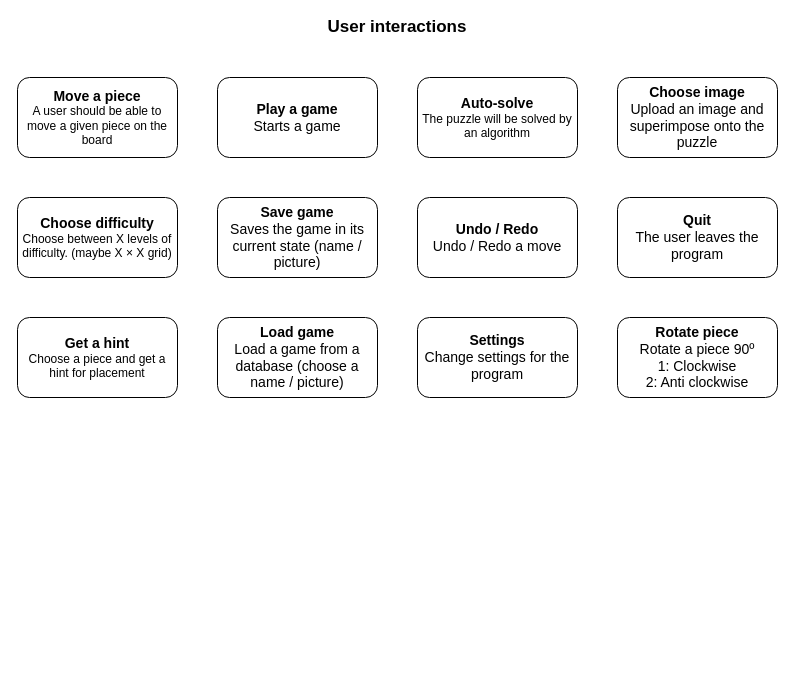
Before: Diagrams/Use Case Diagram.drawio in thomasmonradlaursen/GroupNine_SoftwareProject, a draw.io diagram. Source tidied: cells renumbered, new cells numbered last; positions are measured from the earlier drawing's top-left corner, leaving out a move shared by most shapes. Both pictures are drawn from the tidied source at 100%, with x=0, y=0 at pixel (17, 17).
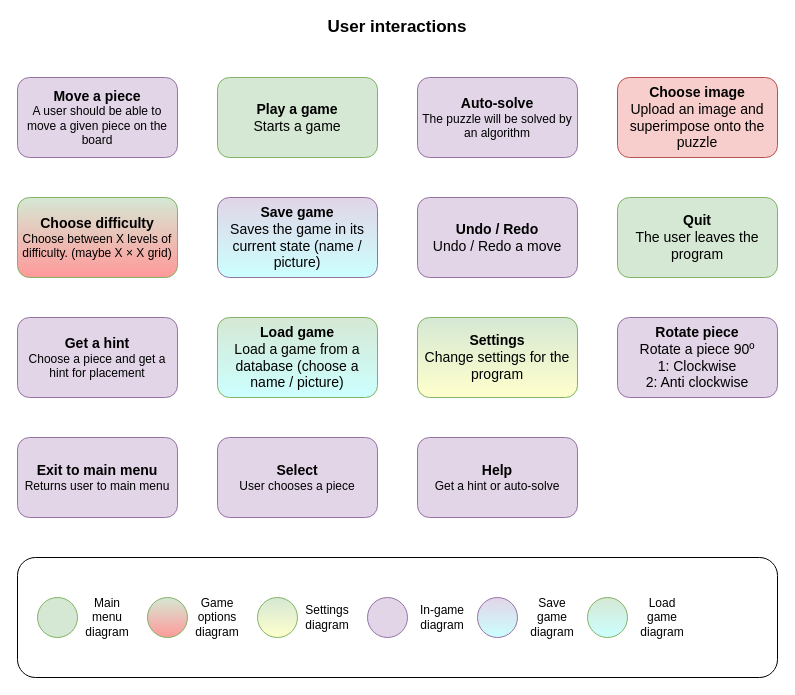
The same diagram, later.

Change to the diagram source:
```diff
@@
-    <mxCell id="2" value="&lt;b&gt;&lt;font style=&quot;font-size: 14px&quot;&gt;Move a piece&lt;/font&gt;&lt;/b&gt;&lt;br&gt;A user should be able to move a given piece on the board" style="rounded=1;whiteSpace=wrap;html=1;" parent="1" vertex="1">
+    <mxCell id="2" value="&lt;b&gt;&lt;font style=&quot;font-size: 14px&quot;&gt;Move a piece&lt;/font&gt;&lt;/b&gt;&lt;br&gt;A user should be able to move a given piece on the board" style="rounded=1;whiteSpace=wrap;html=1;fillColor=#e1d5e7;strokeColor=#9673a6;" parent="1" vertex="1">
       <mxGeometry y="60" width="160" height="80" as="geometry" />
     </mxCell>
-    <mxCell id="3" value="&lt;span style=&quot;font-size: 14px&quot;&gt;&lt;b&gt;Choose&amp;nbsp;difficulty&lt;/b&gt;&lt;/span&gt;&lt;br&gt;Choose between X levels of difficulty. (maybe X × X grid)" style="rounded=1;whiteSpace=wrap;html=1;" parent="1" vertex="1">
+    <mxCell id="3" value="&lt;span style=&quot;font-size: 14px&quot;&gt;&lt;b&gt;Choose&amp;nbsp;difficulty&lt;/b&gt;&lt;/span&gt;&lt;br&gt;Choose between X levels of difficulty. (maybe X × X grid)" style="rounded=1;whiteSpace=wrap;html=1;fillColor=#d5e8d4;strokeColor=#82b366;gradientColor=#FF9999;" parent="1" vertex="1">
       <mxGeometry y="180" width="160" height="80" as="geometry" />
     </mxCell>
@@
-    <mxCell id="5" value="&lt;span style=&quot;font-size: 14px&quot;&gt;&lt;b&gt;Get a hint&lt;/b&gt;&lt;/span&gt;&lt;br&gt;Choose a piece and get a hint for placement" style="rounded=1;whiteSpace=wrap;html=1;" parent="1" vertex="1">
+    <mxCell id="5" value="&lt;span style=&quot;font-size: 14px&quot;&gt;&lt;b&gt;Get a hint&lt;/b&gt;&lt;/span&gt;&lt;br&gt;Choose a piece and get a hint for placement" style="rounded=1;whiteSpace=wrap;html=1;fillColor=#e1d5e7;strokeColor=#9673a6;" parent="1" vertex="1">
       <mxGeometry y="300" width="160" height="80" as="geometry" />
     </mxCell>
-    <mxCell id="6" value="&lt;span style=&quot;font-size: 14px&quot;&gt;&lt;b&gt;Auto-solve&lt;/b&gt;&lt;/span&gt;&lt;br&gt;The puzzle will be solved by an algorithm" style="rounded=1;whiteSpace=wrap;html=1;" parent="1" vertex="1">
+    <mxCell id="6" value="&lt;span style=&quot;font-size: 14px&quot;&gt;&lt;b&gt;Auto-solve&lt;/b&gt;&lt;/span&gt;&lt;br&gt;The puzzle will be solved by an algorithm" style="rounded=1;whiteSpace=wrap;html=1;fillColor=#e1d5e7;strokeColor=#9673a6;" parent="1" vertex="1">
       <mxGeometry x="400" y="60" width="160" height="80" as="geometry" />
     </mxCell>
-    <mxCell id="7" value="&lt;span style=&quot;font-size: 14px&quot;&gt;&lt;b&gt;Play a game&lt;/b&gt;&lt;br&gt;Starts a game&lt;br&gt;&lt;/span&gt;" style="rounded=1;whiteSpace=wrap;html=1;" parent="1" vertex="1">
+    <mxCell id="7" value="&lt;span style=&quot;font-size: 14px&quot;&gt;&lt;b&gt;Play a game&lt;/b&gt;&lt;br&gt;Starts a game&lt;br&gt;&lt;/span&gt;" style="rounded=1;whiteSpace=wrap;html=1;fillColor=#d5e8d4;strokeColor=#82b366;" parent="1" vertex="1">
       <mxGeometry x="200" y="60" width="160" height="80" as="geometry" />
     </mxCell>
-    <mxCell id="8" value="&lt;span style=&quot;font-size: 14px&quot;&gt;&lt;b&gt;Save game&lt;/b&gt;&lt;br&gt;Saves the game in its current state (name / picture)&lt;br&gt;&lt;/span&gt;" style="rounded=1;whiteSpace=wrap;html=1;" parent="1" vertex="1">
+    <mxCell id="8" value="&lt;span style=&quot;font-size: 14px&quot;&gt;&lt;b&gt;Save game&lt;/b&gt;&lt;br&gt;Saves the game in its current state (name / picture)&lt;br&gt;&lt;/span&gt;" style="rounded=1;whiteSpace=wrap;html=1;fillColor=#e1d5e7;strokeColor=#9673a6;gradientColor=#CCFFFF;" parent="1" vertex="1">
       <mxGeometry x="200" y="180" width="160" height="80" as="geometry" />
     </mxCell>
-    <mxCell id="9" value="&lt;span style=&quot;font-size: 14px&quot;&gt;&lt;b&gt;Load game&lt;/b&gt;&lt;br&gt;Load a game from a database (choose a name / picture)&lt;br&gt;&lt;/span&gt;" style="rounded=1;whiteSpace=wrap;html=1;" parent="1" vertex="1">
+    <mxCell id="9" value="&lt;span style=&quot;font-size: 14px&quot;&gt;&lt;b&gt;Load game&lt;/b&gt;&lt;br&gt;Load a game from a database (choose a name / picture)&lt;br&gt;&lt;/span&gt;" style="rounded=1;whiteSpace=wrap;html=1;fillColor=#d5e8d4;strokeColor=#82b366;gradientColor=#CCFFFF;" parent="1" vertex="1">
       <mxGeometry x="200" y="300" width="160" height="80" as="geometry" />
     </mxCell>
-    <mxCell id="10" value="&lt;span style=&quot;font-size: 14px&quot;&gt;&lt;b&gt;Choose image&lt;/b&gt;&lt;br&gt;Upload an image and superimpose onto the puzzle&lt;br&gt;&lt;/span&gt;" style="rounded=1;whiteSpace=wrap;html=1;" parent="1" vertex="1">
+    <mxCell id="10" value="&lt;span style=&quot;font-size: 14px&quot;&gt;&lt;b&gt;Choose image&lt;/b&gt;&lt;br&gt;Upload an image and superimpose onto the puzzle&lt;br&gt;&lt;/span&gt;" style="rounded=1;whiteSpace=wrap;html=1;fillColor=#f8cecc;strokeColor=#b85450;" parent="1" vertex="1">
       <mxGeometry x="600" y="60" width="160" height="80" as="geometry" />
     </mxCell>
-    <mxCell id="11" value="&lt;span style=&quot;font-size: 14px&quot;&gt;&lt;b&gt;Undo / Redo&lt;/b&gt;&lt;br&gt;Undo / Redo a move&lt;br&gt;&lt;/span&gt;" style="rounded=1;whiteSpace=wrap;html=1;" parent="1" vertex="1">
+    <mxCell id="11" value="&lt;span style=&quot;font-size: 14px&quot;&gt;&lt;b&gt;Undo / Redo&lt;/b&gt;&lt;br&gt;Undo / Redo a move&lt;br&gt;&lt;/span&gt;" style="rounded=1;whiteSpace=wrap;html=1;fillColor=#e1d5e7;strokeColor=#9673a6;" parent="1" vertex="1">
       <mxGeometry x="400" y="180" width="160" height="80" as="geometry" />
     </mxCell>
-    <mxCell id="12" value="&lt;span style=&quot;font-size: 14px&quot;&gt;&lt;b&gt;Quit&lt;/b&gt;&lt;br&gt;The user leaves the program&lt;br&gt;&lt;/span&gt;" style="rounded=1;whiteSpace=wrap;html=1;" parent="1" vertex="1">
+    <mxCell id="12" value="&lt;span style=&quot;font-size: 14px&quot;&gt;&lt;b&gt;Quit&lt;/b&gt;&lt;br&gt;The user leaves the program&lt;br&gt;&lt;/span&gt;" style="rounded=1;whiteSpace=wrap;html=1;fillColor=#d5e8d4;strokeColor=#82b366;" parent="1" vertex="1">
       <mxGeometry x="600" y="180" width="160" height="80" as="geometry" />
     </mxCell>
-    <mxCell id="13" value="&lt;span style=&quot;font-size: 14px&quot;&gt;&lt;b&gt;Settings&lt;/b&gt;&lt;br&gt;Change settings for the program&lt;br&gt;&lt;/span&gt;" style="rounded=1;whiteSpace=wrap;html=1;" parent="1" vertex="1">
+    <mxCell id="13" value="&lt;span style=&quot;font-size: 14px&quot;&gt;&lt;b&gt;Settings&lt;/b&gt;&lt;br&gt;Change settings for the program&lt;br&gt;&lt;/span&gt;" style="rounded=1;whiteSpace=wrap;html=1;fillColor=#d5e8d4;strokeColor=#82b366;gradientColor=#FFFFCC;" parent="1" vertex="1">
       <mxGeometry x="400" y="300" width="160" height="80" as="geometry" />
     </mxCell>
-    <mxCell id="14" value="&lt;span style=&quot;font-size: 14px&quot;&gt;&lt;b&gt;Rotate piece&lt;/b&gt;&lt;br&gt;Rotate a piece 90º&lt;br&gt;1: Clockwise&lt;br&gt;2: Anti clockwise&lt;br&gt;&lt;/span&gt;" style="rounded=1;whiteSpace=wrap;html=1;" parent="1" vertex="1">
+    <mxCell id="14" value="&lt;span style=&quot;font-size: 14px&quot;&gt;&lt;b&gt;Rotate piece&lt;/b&gt;&lt;br&gt;Rotate a piece 90º&lt;br&gt;1: Clockwise&lt;br&gt;2: Anti clockwise&lt;br&gt;&lt;/span&gt;" style="rounded=1;whiteSpace=wrap;html=1;fillColor=#e1d5e7;strokeColor=#9673a6;" parent="1" vertex="1">
       <mxGeometry x="600" y="300" width="160" height="80" as="geometry" />
     </mxCell>
+    <mxCell id="15" style="group;" parent="1" vertex="1">
+      <mxGeometry y="540" width="760" height="120" as="geometry" />
+    </mxCell>
+    <mxCell id="16" style="rounded=1;whiteSpace=wrap;html=1;" parent="15" vertex="1">
+      <mxGeometry width="760" height="120" as="geometry" />
+    </mxCell>
+    <mxCell id="17" style="ellipse;whiteSpace=wrap;html=1;fillColor=#d5e8d4;strokeColor=#82b366;" parent="15" vertex="1">
+      <mxGeometry x="20" y="40" width="40" height="40" as="geometry" />
+    </mxCell>
+    <mxCell id="18" value="Main menu diagram" style="text;html=1;strokeColor=none;fillColor=none;align=center;verticalAlign=middle;whiteSpace=wrap;rounded=0;" parent="15" vertex="1">
+      <mxGeometry x="70" y="50" width="40" height="20" as="geometry" />
+    </mxCell>
+    <mxCell id="19" style="ellipse;whiteSpace=wrap;html=1;fillColor=#d5e8d4;strokeColor=#82b366;gradientColor=#FF9999;" parent="15" vertex="1">
+      <mxGeometry x="130" y="40" width="40" height="40" as="geometry" />
+    </mxCell>
+    <mxCell id="20" value="Game options diagram" style="text;html=1;strokeColor=none;fillColor=none;align=center;verticalAlign=middle;whiteSpace=wrap;rounded=0;" parent="15" vertex="1">
+      <mxGeometry x="180" y="50" width="40" height="20" as="geometry" />
+    </mxCell>
+    <mxCell id="21" style="ellipse;whiteSpace=wrap;html=1;fillColor=#d5e8d4;strokeColor=#82b366;gradientColor=#FFFFCC;" parent="15" vertex="1">
+      <mxGeometry x="240" y="40" width="40" height="40" as="geometry" />
+    </mxCell>
+    <mxCell id="22" value="Settings diagram" style="text;html=1;strokeColor=none;fillColor=none;align=center;verticalAlign=middle;whiteSpace=wrap;rounded=0;" parent="15" vertex="1">
+      <mxGeometry x="290" y="50" width="40" height="20" as="geometry" />
+    </mxCell>
+    <mxCell id="23" style="ellipse;whiteSpace=wrap;html=1;fillColor=#e1d5e7;strokeColor=#9673a6;" parent="15" vertex="1">
+      <mxGeometry x="350" y="40" width="40" height="40" as="geometry" />
+    </mxCell>
+    <mxCell id="24" value="In-game diagram" style="text;html=1;strokeColor=none;fillColor=none;align=center;verticalAlign=middle;whiteSpace=wrap;rounded=0;" parent="15" vertex="1">
+      <mxGeometry x="400" y="50" width="50" height="20" as="geometry" />
+    </mxCell>
+    <mxCell id="25" style="ellipse;whiteSpace=wrap;html=1;fillColor=#e1d5e7;strokeColor=#9673a6;gradientColor=#CCFFFF;" parent="15" vertex="1">
+      <mxGeometry x="460" y="40" width="40" height="40" as="geometry" />
+    </mxCell>
+    <mxCell id="26" value="Save game diagram" style="text;html=1;strokeColor=none;fillColor=none;align=center;verticalAlign=middle;whiteSpace=wrap;rounded=0;" parent="15" vertex="1">
+      <mxGeometry x="510" y="50" width="50" height="20" as="geometry" />
+    </mxCell>
+    <mxCell id="27" style="ellipse;whiteSpace=wrap;html=1;fillColor=#d5e8d4;strokeColor=#82b366;gradientColor=#CCFFFF;" parent="15" vertex="1">
+      <mxGeometry x="570" y="40" width="40" height="40" as="geometry" />
+    </mxCell>
+    <mxCell id="28" value="Load game diagram" style="text;html=1;strokeColor=none;fillColor=none;align=center;verticalAlign=middle;whiteSpace=wrap;rounded=0;" parent="15" vertex="1">
+      <mxGeometry x="620" y="50" width="50" height="20" as="geometry" />
+    </mxCell>
+    <mxCell id="29" value="&lt;span style=&quot;font-size: 14px&quot;&gt;&lt;b&gt;Exit to main menu&lt;/b&gt;&lt;/span&gt;&lt;br&gt;Returns user to main menu" style="rounded=1;whiteSpace=wrap;html=1;fillColor=#e1d5e7;strokeColor=#9673a6;" parent="1" vertex="1">
+      <mxGeometry y="420" width="160" height="80" as="geometry" />
+    </mxCell>
+    <mxCell id="30" value="&lt;div&gt;&lt;b&gt;&lt;font style=&quot;font-size: 14px&quot;&gt;Select&lt;/font&gt;&lt;/b&gt;&lt;/div&gt;&lt;div&gt;User chooses a piece&lt;br&gt;&lt;/div&gt;" style="rounded=1;whiteSpace=wrap;html=1;fillColor=#e1d5e7;strokeColor=#9673a6;" parent="1" vertex="1">
+      <mxGeometry x="200" y="420" width="160" height="80" as="geometry" />
+    </mxCell>
+    <mxCell id="31" value="&lt;div&gt;&lt;span style=&quot;font-size: 14px&quot;&gt;&lt;b&gt;Help&lt;/b&gt;&lt;/span&gt;&lt;/div&gt;&lt;div&gt;Get a hint or auto-solve&lt;/div&gt;" style="rounded=1;whiteSpace=wrap;html=1;fillColor=#e1d5e7;strokeColor=#9673a6;" parent="1" vertex="1">
+      <mxGeometry x="400" y="420" width="160" height="80" as="geometry" />
+    </mxCell>
```
